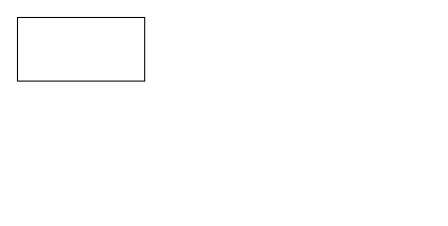
Above: 架构图.drawio in liym1992/tips (draw.io), before the change. Source tidied: cells renumbered, new cells numbered last; positions are measured from the earlier drawing's top-left corner, leaving out a move shared by most shapes. Both pictures are drawn from the tidied source at 106%, with x=0, y=0 at pixel (17, 17).
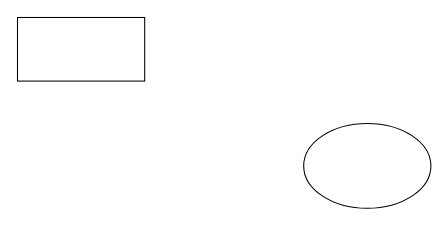
The same diagram, later.

Commit message (it also covers changes not shown here):
更新架构图.drawio

What changed in the source:
```diff
@@
 <mxGraphModel>
   <root>
     <mxCell id="0" />
     <mxCell id="1" parent="0" />
     <mxCell id="2" style="rounded=0;whiteSpace=wrap;html=1;" parent="1" vertex="1">
       <mxGeometry width="120" height="60" as="geometry" />
     </mxCell>
+    <mxCell id="3" style="ellipse;whiteSpace=wrap;html=1;" parent="1" vertex="1">
+      <mxGeometry x="270" y="100" width="120" height="80" as="geometry" />
+    </mxCell>
   </root>
 </mxGraphModel>
```
